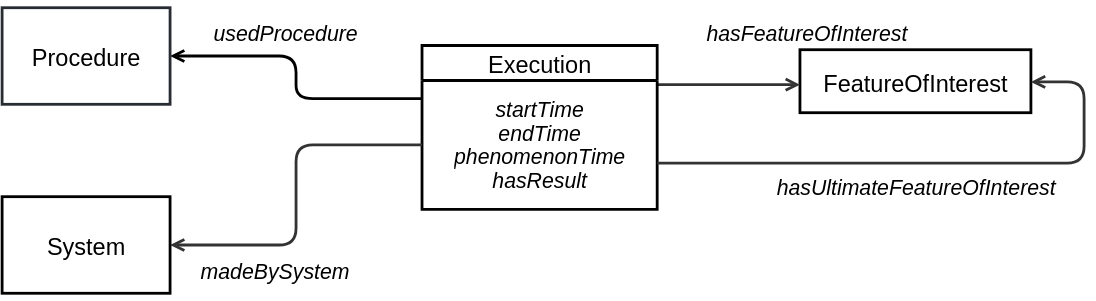
The draw.io diagram ssn/images/Execution-overview.svg in w3c/sdw-sosa-ssn, before a commit. Source tidied: cells renumbered, new cells last; positions are measured from the earlier drawing's top-left corner, leaving out a move shared by most shapes.
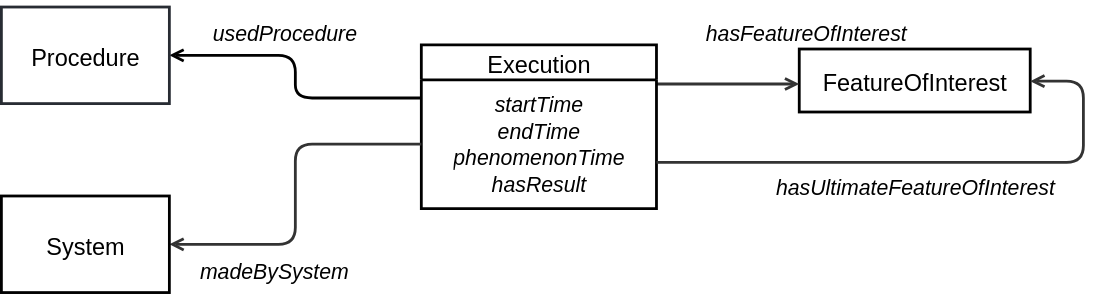
The same diagram one commit later.

Change to the diagram source:
```diff
@@ -33,7 +33,7 @@
     <mxCell id="8" value="Execution" style="html=1;overflow=block;blockSpacing=1;swimlane;horizontal=1;fontStyle=0;swimlaneFillColor=none;startSize=25;whiteSpace=wrap;fontSize=16.8;align=center;spacing=0;strokeColor=#000000;fillColor=none;strokeWidth=2;fontColor=default;convertToSvg=1;" parent="1" vertex="1">
       <mxGeometry x="300" y="32" width="168" height="117" as="geometry" />
     </mxCell>
-    <mxCell id="9" value="&lt;div style=&quot;display: flex; justify-content: center; text-align: center; align-items: baseline; font-size: 0; line-height: 1.25;margin-top: -2px;&quot;&gt;&lt;span&gt;&lt;span style=&quot;font-size:15.2px;font-style: italic;&quot;&gt;startTime&#10;&lt;/span&gt;&lt;/span&gt;&lt;/div&gt;&lt;div style=&quot;display: flex; justify-content: center; text-align: center; align-items: baseline; font-size: 0; line-height: 1.25;margin-top: -2px;&quot;&gt;&lt;span&gt;&lt;span style=&quot;font-size:15.2px;font-style: italic;&quot;&gt;endTime&#10;&lt;/span&gt;&lt;/span&gt;&lt;/div&gt;&lt;div style=&quot;display: flex; justify-content: center; text-align: center; align-items: baseline; font-size: 0; line-height: 1.25;margin-top: -2px;&quot;&gt;&lt;span&gt;&lt;span style=&quot;font-size:15.2px;font-style: italic;&quot;&gt;phenomenonTime&#10;&lt;/span&gt;&lt;/span&gt;&lt;/div&gt;&lt;div style=&quot;display: flex; justify-content: center; text-align: center; align-items: baseline; font-size: 0; line-height: 1.25;margin-top: -2px;&quot;&gt;&lt;span&gt;&lt;span style=&quot;font-size:15.2px;font-style: italic;&quot;&gt;hasResult&lt;/span&gt;&lt;/span&gt;&lt;/div&gt;" style="html=1;strokeColor=none;fillColor=none;verticalAlign=middle;spacingLeft=4;spacingRight=4;overflow=hidden;points=[[0,0.5],[1,0.5]];portConstraint=eastwest;swimlaneFillColor=#unset;whiteSpace=wrap;fontSize=15.2;fontStyle=2;align=center;fontColor=default;convertToSvg=1;strokeWidth=2;" parent="8" vertex="1">
+    <mxCell id="9" value="&lt;div style=&quot;display: flex; justify-content: center; text-align: center; align-items: baseline; font-size: 0; line-height: 1.25;margin-top: -2px;&quot;&gt;&lt;span&gt;&lt;span style=&quot;font-size:15.2px;font-style: italic;&quot;&gt;startTime&lt;br&gt;&lt;/span&gt;&lt;span style=&quot;font-size: 15.2px; background-color: transparent; color: light-dark(rgb(0, 0, 0), rgb(255, 255, 255));&quot;&gt;endTime&lt;br&gt;&lt;/span&gt;&lt;span style=&quot;font-size: 15.2px; background-color: transparent; color: light-dark(rgb(0, 0, 0), rgb(255, 255, 255));&quot;&gt;phenomenonTime&lt;br&gt;&lt;/span&gt;&lt;span style=&quot;font-size: 15.2px; background-color: transparent; color: light-dark(rgb(0, 0, 0), rgb(255, 255, 255));&quot;&gt;hasResult&lt;/span&gt;&lt;/span&gt;&lt;/div&gt;" style="html=1;strokeColor=none;fillColor=none;verticalAlign=middle;spacingLeft=4;spacingRight=4;overflow=hidden;points=[[0,0.5],[1,0.5]];portConstraint=eastwest;swimlaneFillColor=#unset;whiteSpace=wrap;fontSize=15.2;fontStyle=2;align=center;fontColor=default;convertToSvg=1;strokeWidth=2;" parent="8" vertex="1">
       <mxGeometry y="25" width="168" height="92" as="geometry" />
     </mxCell>
     <mxCell id="10" value="hasUltimateFeatureOfInterest" style="html=1;overflow=block;blockSpacing=1;whiteSpace=wrap;fontSize=15.2;fontColor=default;fontStyle=2;align=center;spacing=0;strokeColor=none;strokeOpacity=100;fillOpacity=100;fillColor=none;strokeWidth=2;lucidId=tj8g~JP8hKQQ;convertToSvg=1;" parent="1" vertex="1">
```
